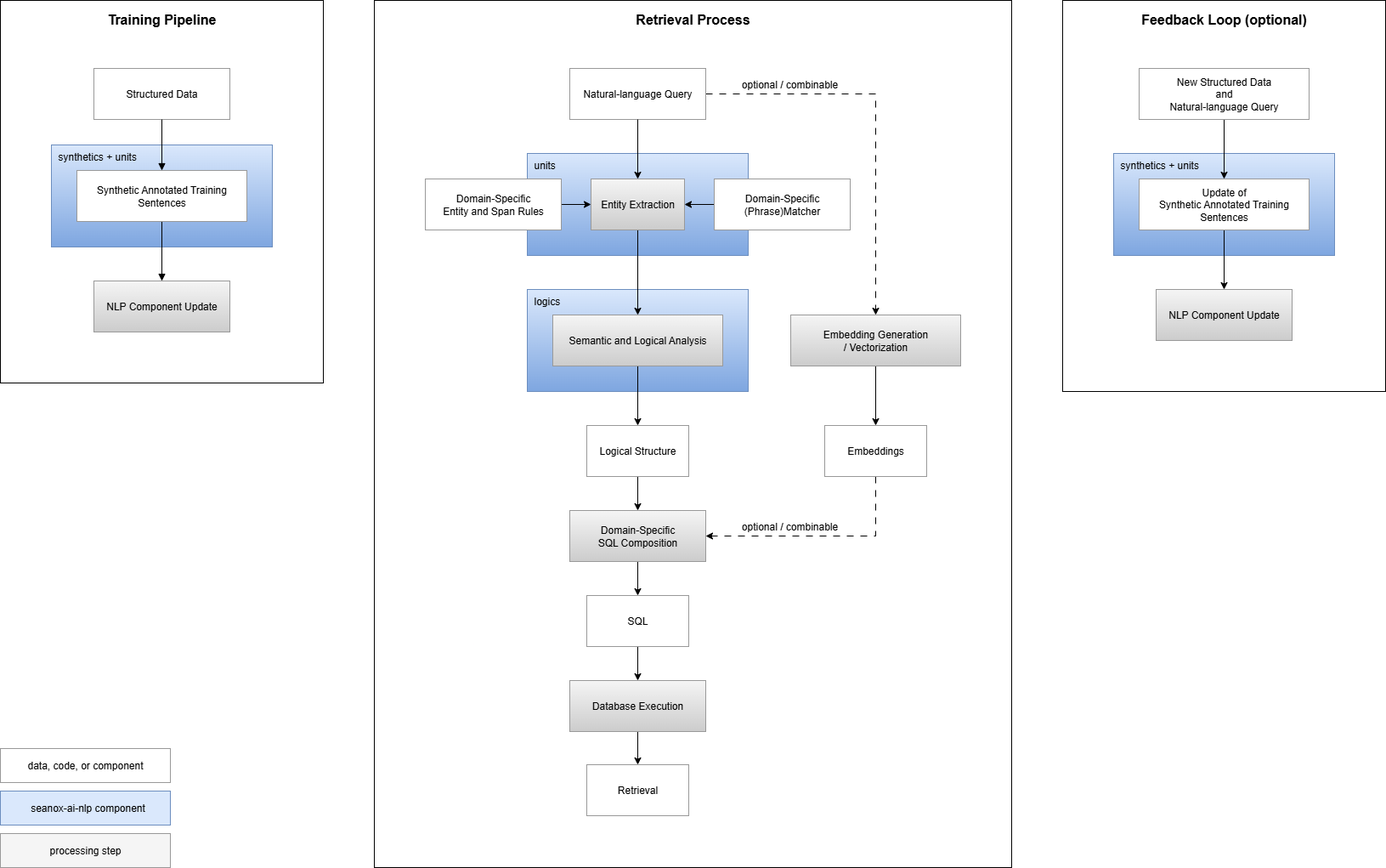
The draw.io diagram assets/retrieval-process.png in seanox/seanox-ai-nlp, before a commit. Source tidied: cells renumbered, new cells last; positions are measured from the earlier drawing's top-left corner, leaving out a move shared by most shapes. Source of this version:
```xml
<mxGraphModel>
  <root>
    <mxCell id="0" />
    <mxCell id="1" parent="0" />
    <mxCell id="2" value="&lt;div&gt;Feedback Loop (optional)&lt;/div&gt;" style="rounded=0;whiteSpace=wrap;html=1;verticalAlign=top;fontSize=16;fontStyle=1;gradientColor=none;fillColor=default;spacingTop=6;" parent="1" vertex="1">
      <mxGeometry x="1250" width="380" height="460" as="geometry" />
    </mxCell>
    <mxCell id="3" value="Retrieval Process" style="rounded=0;whiteSpace=wrap;html=1;verticalAlign=top;fontSize=16;fontStyle=1;fillColor=default;spacingTop=6;" parent="1" vertex="1">
      <mxGeometry x="440" width="750" height="1020" as="geometry" />
    </mxCell>
    <mxCell id="4" value="Training Pipeline" style="rounded=0;whiteSpace=wrap;html=1;verticalAlign=top;fontSize=16;fontStyle=1;fillColor=default;spacingTop=6;labelBackgroundColor=none;" parent="1" vertex="1">
      <mxGeometry width="380" height="450" as="geometry" />
    </mxCell>
    <mxCell id="5" value="logics" style="whiteSpace=wrap;strokeWidth=1;fillColor=#dae8fc;gradientColor=#7ea6e0;strokeColor=#6c8ebf;verticalAlign=top;align=left;spacingLeft=6;" parent="1" vertex="1">
      <mxGeometry x="620" y="340" width="260" height="120" as="geometry" />
    </mxCell>
    <mxCell id="6" style="edgeStyle=orthogonalEdgeStyle;rounded=0;jettySize=auto;html=1;entryX=0.5;entryY=0;entryDx=0;entryDy=0;exitX=0.5;exitY=1;exitDx=0;exitDy=0;" parent="1" edge="1" source="7" target="9">
      <mxGeometry relative="1" as="geometry" />
    </mxCell>
    <mxCell id="7" value="Logical Structure" style="whiteSpace=wrap;strokeWidth=1;strokeColor=#999999;" parent="1" vertex="1">
      <mxGeometry x="690" y="500" width="120" height="60" as="geometry" />
    </mxCell>
    <mxCell id="8" style="edgeStyle=orthogonalEdgeStyle;rounded=0;jettySize=auto;html=1;fontFamily=Helvetica;fontSize=12;fontColor=default;entryX=0.5;entryY=0;entryDx=0;entryDy=0;exitX=0.5;exitY=1;exitDx=0;exitDy=0;" parent="1" edge="1" source="9" target="11">
      <mxGeometry relative="1" as="geometry" />
    </mxCell>
    <mxCell id="9" value="Domain-Specific &#10;SQL Composition" style="whiteSpace=wrap;strokeWidth=1;fillColor=#f5f5f5;gradientColor=#CCCCCC;strokeColor=#999999;" parent="1" vertex="1">
      <mxGeometry x="670" y="600" width="160" height="60" as="geometry" />
    </mxCell>
    <mxCell id="10" style="edgeStyle=orthogonalEdgeStyle;rounded=0;jettySize=auto;html=1;" parent="1" edge="1" source="11" target="13">
      <mxGeometry relative="1" as="geometry" />
    </mxCell>
    <mxCell id="11" value="SQL" style="whiteSpace=wrap;strokeWidth=1;strokeColor=#999999;" parent="1" vertex="1">
      <mxGeometry x="690" y="700" width="120" height="60" as="geometry" />
    </mxCell>
    <mxCell id="12" style="edgeStyle=orthogonalEdgeStyle;rounded=0;jettySize=auto;html=1;fontFamily=Helvetica;fontSize=12;fontColor=default;" parent="1" edge="1" source="13" target="15">
      <mxGeometry relative="1" as="geometry" />
    </mxCell>
    <mxCell id="13" value="Database Execution" style="whiteSpace=wrap;strokeWidth=1;fillColor=#f5f5f5;gradientColor=#CCCCCC;strokeColor=#999999;glass=0;shadow=0;rounded=0;" parent="1" vertex="1">
      <mxGeometry x="670" y="800" width="160" height="60" as="geometry" />
    </mxCell>
    <mxCell id="14" value="units" style="whiteSpace=wrap;strokeWidth=1;fillColor=#DAE8FC;gradientColor=#7ea6e0;strokeColor=#6c8ebf;verticalAlign=top;align=left;spacingLeft=6;" parent="1" vertex="1">
      <mxGeometry x="620" y="180" width="260" height="120" as="geometry" />
    </mxCell>
    <mxCell id="15" value="Retrieval" style="whiteSpace=wrap;strokeWidth=1;strokeColor=#999999;" parent="1" vertex="1">
      <mxGeometry x="690" y="899" width="120" height="60" as="geometry" />
    </mxCell>
    <mxCell id="16" value="synthetics + units" style="whiteSpace=wrap;strokeWidth=1;fillColor=#dae8fc;gradientColor=#7ea6e0;strokeColor=#6c8ebf;verticalAlign=top;align=left;spacingLeft=6;" parent="1" vertex="1">
      <mxGeometry x="1310" y="180" width="260" height="120" as="geometry" />
    </mxCell>
    <mxCell id="17" style="edgeStyle=orthogonalEdgeStyle;rounded=0;jettySize=auto;html=1;fontFamily=Helvetica;fontSize=12;fontColor=default;" parent="1" edge="1" source="18" target="25">
      <mxGeometry relative="1" as="geometry" />
    </mxCell>
    <mxCell id="18" value="New Structured Data&#10;and&#10;Natural-language Query" style="whiteSpace=wrap;strokeWidth=1;strokeColor=#999999;" parent="1" vertex="1">
      <mxGeometry x="1340" y="80" width="200" height="60" as="geometry" />
    </mxCell>
    <mxCell id="19" value="NLP Component Update" style="whiteSpace=wrap;strokeWidth=1;fillColor=#f5f5f5;gradientColor=#CCCCCC;strokeColor=#999999;" parent="1" vertex="1">
      <mxGeometry x="1360" y="340" width="160" height="60" as="geometry" />
    </mxCell>
    <mxCell id="20" style="edgeStyle=orthogonalEdgeStyle;rounded=0;jettySize=auto;html=1;fontFamily=Helvetica;fontSize=12;fontColor=default;" parent="1" edge="1" source="23" target="33">
      <mxGeometry relative="1" as="geometry" />
    </mxCell>
    <mxCell id="21" style="edgeStyle=orthogonalEdgeStyle;rounded=0;jettySize=auto;html=1;entryX=0;entryY=0.5;entryDx=0;entryDy=0;startArrow=classic;startFill=1;endArrow=none;endFill=0;" parent="1" edge="1" source="23" target="38">
      <mxGeometry relative="1" as="geometry" />
    </mxCell>
    <mxCell id="22" style="edgeStyle=orthogonalEdgeStyle;rounded=0;jettySize=auto;html=1;entryX=1;entryY=0.5;entryDx=0;entryDy=0;startArrow=classic;startFill=1;endArrow=none;endFill=0;" parent="1" edge="1" source="23" target="37">
      <mxGeometry relative="1" as="geometry" />
    </mxCell>
    <mxCell id="23" value="Entity Extraction" style="whiteSpace=wrap;strokeWidth=1;fillColor=#f5f5f5;gradientColor=#CCCCCC;strokeColor=#999999;gradientDirection=south;" parent="1" vertex="1">
      <mxGeometry x="695" y="210" width="110" height="60" as="geometry" />
    </mxCell>
    <mxCell id="24" style="edgeStyle=orthogonalEdgeStyle;rounded=0;jettySize=auto;html=1;fontFamily=Helvetica;fontSize=12;fontColor=default;" parent="1" edge="1" source="25" target="19">
      <mxGeometry relative="1" as="geometry" />
    </mxCell>
    <mxCell id="25" value="Update of&#10;Synthetic Annotated Training&#10;Sentences" style="whiteSpace=wrap;strokeWidth=1;strokeColor=#999999;" parent="1" vertex="1">
      <mxGeometry x="1340" y="210" width="200" height="60" as="geometry" />
    </mxCell>
    <mxCell id="26" value="Structured Data" style="whiteSpace=wrap;strokeWidth=1;strokeColor=#999999;" parent="1" vertex="1">
      <mxGeometry x="110" y="80" width="160" height="60" as="geometry" />
    </mxCell>
    <mxCell id="27" value="NLP Component Update" style="whiteSpace=wrap;strokeWidth=1;fillColor=#f5f5f5;gradientColor=#CCCCCC;strokeColor=#999999;" parent="1" vertex="1">
      <mxGeometry x="110" y="330" width="160" height="60" as="geometry" />
    </mxCell>
    <mxCell id="28" value="synthetics + units" style="whiteSpace=wrap;strokeWidth=1;fillColor=#dae8fc;gradientColor=#7ea6e0;strokeColor=#6c8ebf;verticalAlign=top;align=left;spacingLeft=6;" parent="1" vertex="1">
      <mxGeometry x="60" y="170" width="260" height="120" as="geometry" />
    </mxCell>
    <mxCell id="29" style="curved=1;startArrow=none;endArrow=block;exitX=0.5;exitY=1;entryX=0.5;entryY=0;rounded=0;exitDx=0;exitDy=0;entryDx=0;entryDy=0;" parent="1" edge="1" source="26" target="31">
      <mxGeometry relative="1" as="geometry" />
    </mxCell>
    <mxCell id="30" style="curved=1;startArrow=none;endArrow=block;exitX=0.5;exitY=1;entryX=0.5;entryY=0;rounded=0;entryDx=0;entryDy=0;exitDx=0;exitDy=0;" parent="1" edge="1" source="31" target="27">
      <mxGeometry relative="1" as="geometry" />
    </mxCell>
    <mxCell id="31" value="Synthetic Annotated Training Sentences" style="whiteSpace=wrap;strokeWidth=1;strokeColor=#999999;" parent="1" vertex="1">
      <mxGeometry x="90" y="200" width="200" height="60" as="geometry" />
    </mxCell>
    <mxCell id="32" style="edgeStyle=orthogonalEdgeStyle;rounded=0;jettySize=auto;html=1;fontFamily=Helvetica;fontSize=12;fontColor=default;" parent="1" edge="1" source="33" target="7">
      <mxGeometry relative="1" as="geometry" />
    </mxCell>
    <mxCell id="33" value="Semantic and Logical Analysis" style="whiteSpace=wrap;strokeWidth=1;strokeColor=#999999;fillColor=#f5f5f5;gradientColor=#CCCCCC;" parent="1" vertex="1">
      <mxGeometry x="650" y="370" width="200" height="60" as="geometry" />
    </mxCell>
    <mxCell id="34" style="edgeStyle=orthogonalEdgeStyle;rounded=0;jettySize=auto;html=1;exitX=1;exitY=0.5;exitDx=0;exitDy=0;dashed=1;dashPattern=8 8;" parent="1" edge="1" source="35" target="43">
      <mxGeometry relative="1" as="geometry" />
    </mxCell>
    <mxCell id="35" value="Natural-language Query" style="whiteSpace=wrap;strokeWidth=1;glass=0;strokeColor=#999999;" parent="1" vertex="1">
      <mxGeometry x="670" y="80" width="160" height="60" as="geometry" />
    </mxCell>
    <mxCell id="36" style="edgeStyle=orthogonalEdgeStyle;rounded=0;jettySize=auto;html=1;entryX=0.5;entryY=0;entryDx=0;entryDy=0;fontFamily=Helvetica;fontSize=12;fontColor=default;exitX=0.5;exitY=1;exitDx=0;exitDy=0;" parent="1" edge="1" source="35" target="23">
      <mxGeometry relative="1" as="geometry" />
    </mxCell>
    <mxCell id="37" value="Domain-Specific &#10;Entity and Span Rules" style="whiteSpace=wrap;strokeWidth=1;strokeColor=#999999;" parent="1" vertex="1">
      <mxGeometry x="500" y="210" width="160" height="60" as="geometry" />
    </mxCell>
    <mxCell id="38" value="Domain-Specific &#10;(Phrase)Matcher" style="whiteSpace=wrap;strokeWidth=1;strokeColor=#999999;" parent="1" vertex="1">
      <mxGeometry x="840" y="210" width="160" height="60" as="geometry" />
    </mxCell>
    <mxCell id="39" value="seanox-ai-nlp component" style="whiteSpace=wrap;strokeWidth=1;fillColor=#dae8fc;gradientColor=none;strokeColor=#6c8ebf;verticalAlign=middle;align=center;spacingLeft=6;" parent="1" vertex="1">
      <mxGeometry y="930" width="200" height="40" as="geometry" />
    </mxCell>
    <mxCell id="40" value="processing step" style="whiteSpace=wrap;strokeWidth=1;fillColor=#f5f5f5;gradientColor=none;strokeColor=#999999;" parent="1" vertex="1">
      <mxGeometry y="980" width="200" height="40" as="geometry" />
    </mxCell>
    <mxCell id="41" value="data, code, or component" style="whiteSpace=wrap;strokeWidth=1;strokeColor=#999999;" parent="1" vertex="1">
      <mxGeometry y="880" width="200" height="40" as="geometry" />
    </mxCell>
    <mxCell id="42" style="edgeStyle=orthogonalEdgeStyle;rounded=0;jettySize=auto;html=1;" parent="1" edge="1" source="43" target="45">
      <mxGeometry relative="1" as="geometry" />
    </mxCell>
    <mxCell id="43" value="Embedding Generation / Vectorization" style="whiteSpace=wrap;strokeWidth=1;strokeColor=#999999;fillColor=#f5f5f5;gradientColor=#CCCCCC;" parent="1" vertex="1">
      <mxGeometry x="930" y="370" width="200" height="60" as="geometry" />
    </mxCell>
    <mxCell id="44" style="edgeStyle=orthogonalEdgeStyle;rounded=0;jettySize=auto;html=1;entryX=1;entryY=0.5;entryDx=0;entryDy=0;exitX=0.5;exitY=1;exitDx=0;exitDy=0;dashed=1;dashPattern=8 8;" parent="1" edge="1" source="45" target="9">
      <mxGeometry relative="1" as="geometry" />
    </mxCell>
    <mxCell id="45" value="Embeddings" style="whiteSpace=wrap;strokeWidth=1;strokeColor=#999999;" parent="1" vertex="1">
      <mxGeometry x="970" y="500" width="120" height="60" as="geometry" />
    </mxCell>
    <mxCell id="46" value="optional / combinable" style="whiteSpace=wrap;strokeWidth=1;strokeColor=none;fillColor=none;horizontal=1;" parent="1" vertex="1">
      <mxGeometry x="844" y="79" width="170" height="40" as="geometry" />
    </mxCell>
    <mxCell id="47" value="optional / combinable" style="whiteSpace=wrap;strokeWidth=1;strokeColor=none;fillColor=none;horizontal=1;" parent="1" vertex="1">
      <mxGeometry x="844.4" y="599" width="170" height="40" as="geometry" />
    </mxCell>
  </root>
</mxGraphModel>
```
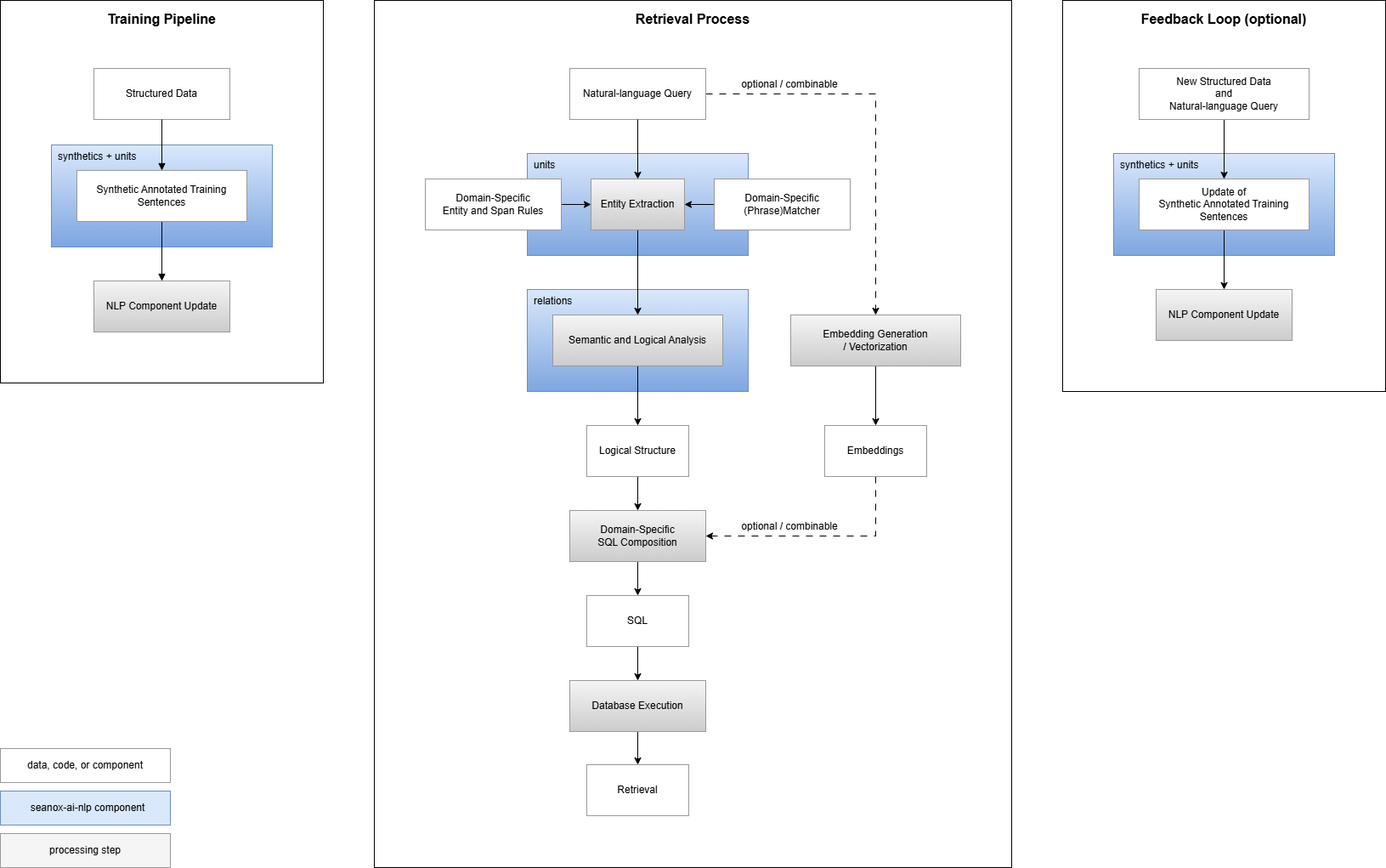
Above is the later version.

The edit, as a diff of the source:
```diff
@@ -11,7 +11,7 @@
     <mxCell id="4" value="Training Pipeline" style="rounded=0;whiteSpace=wrap;html=1;verticalAlign=top;fontSize=16;fontStyle=1;fillColor=default;spacingTop=6;labelBackgroundColor=none;" parent="1" vertex="1">
       <mxGeometry width="380" height="450" as="geometry" />
     </mxCell>
-    <mxCell id="5" value="logics" style="whiteSpace=wrap;strokeWidth=1;fillColor=#dae8fc;gradientColor=#7ea6e0;strokeColor=#6c8ebf;verticalAlign=top;align=left;spacingLeft=6;" parent="1" vertex="1">
+    <mxCell id="5" value="relations" style="whiteSpace=wrap;strokeWidth=1;fillColor=#dae8fc;gradientColor=#7ea6e0;strokeColor=#6c8ebf;verticalAlign=top;align=left;spacingLeft=6;" parent="1" vertex="1">
       <mxGeometry x="620" y="340" width="260" height="120" as="geometry" />
     </mxCell>
     <mxCell id="6" style="edgeStyle=orthogonalEdgeStyle;rounded=0;jettySize=auto;html=1;entryX=0.5;entryY=0;entryDx=0;entryDy=0;exitX=0.5;exitY=1;exitDx=0;exitDy=0;" parent="1" edge="1" source="7" target="9">
```
